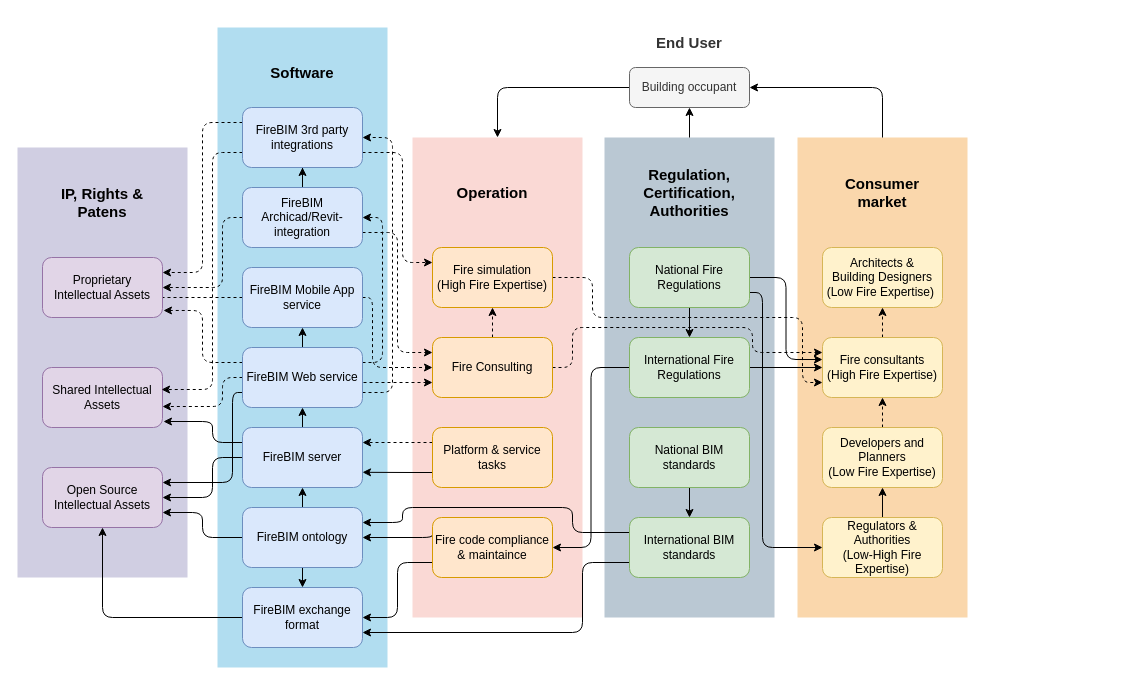
Before: diagram/FireBIM Market Value Chain.drawio in Kristoffernegendahl/fireBIM, a draw.io diagram. Source tidied: cells renumbered, new cells numbered last; positions are measured from the earlier drawing's top-left corner, leaving out a move shared by most shapes. Both pictures are drawn from the tidied source at 100%, with x=0, y=0 at pixel (17, 17).
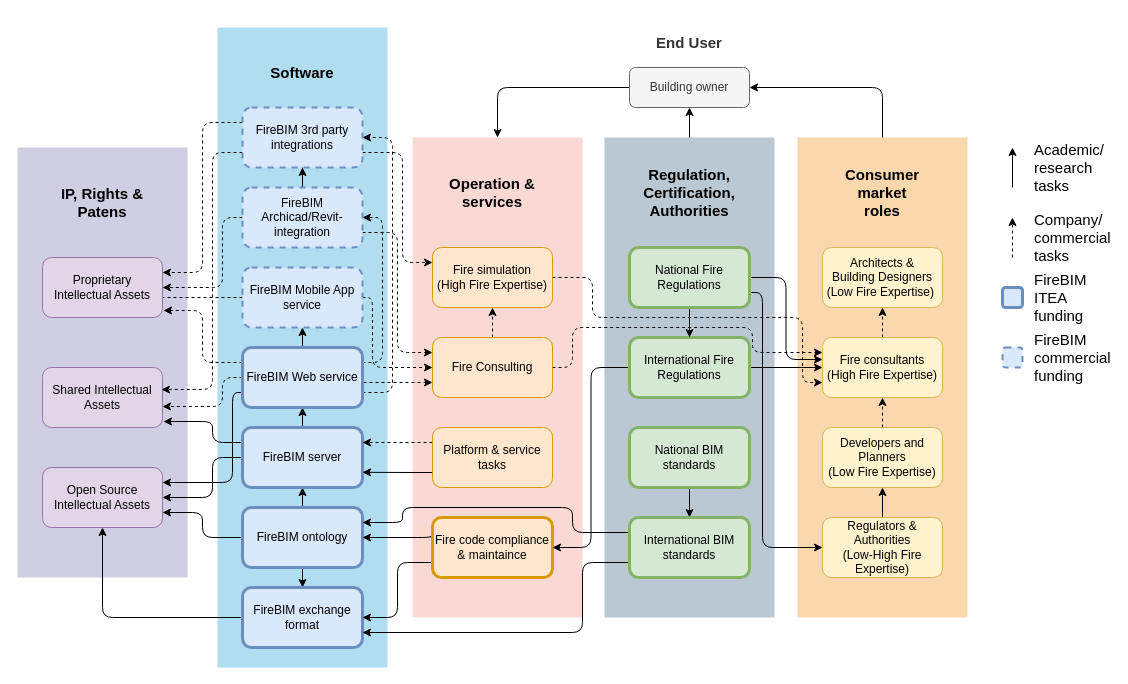
Above is the later version.

What changed in the source:
```diff
@@
-    <mxCell id="11" value="FireBIM ontology" style="rounded=1;whiteSpace=wrap;html=1;fillColor=#dae8fc;strokeColor=#6c8ebf;" parent="1" vertex="1">
+    <mxCell id="11" value="FireBIM ontology" style="rounded=1;whiteSpace=wrap;html=1;fillColor=#dae8fc;strokeColor=#6c8ebf;strokeWidth=3;" parent="1" vertex="1">
       <mxGeometry x="225" y="490" width="120" height="60" as="geometry" />
     </mxCell>
@@
-    <mxCell id="13" value="FireBIM exchange format" style="rounded=1;whiteSpace=wrap;html=1;fillColor=#dae8fc;strokeColor=#6c8ebf;" parent="1" vertex="1">
+    <mxCell id="13" value="FireBIM exchange format" style="rounded=1;whiteSpace=wrap;html=1;fillColor=#dae8fc;strokeColor=#6c8ebf;strokeWidth=3;" parent="1" vertex="1">
       <mxGeometry x="225" y="570" width="120" height="60" as="geometry" />
     </mxCell>
@@
-    <mxCell id="17" value="FireBIM server" style="rounded=1;whiteSpace=wrap;html=1;fillColor=#dae8fc;strokeColor=#6c8ebf;" parent="1" vertex="1">
+    <mxCell id="17" value="FireBIM server" style="rounded=1;whiteSpace=wrap;html=1;fillColor=#dae8fc;strokeColor=#6c8ebf;strokeWidth=3;" parent="1" vertex="1">
       <mxGeometry x="225" y="410" width="120" height="60" as="geometry" />
     </mxCell>
@@
-    <mxCell id="25" value="FireBIM Web service" style="rounded=1;whiteSpace=wrap;html=1;fillColor=#dae8fc;strokeColor=#6c8ebf;" parent="1" vertex="1">
+    <mxCell id="25" value="FireBIM Web service" style="rounded=1;whiteSpace=wrap;html=1;fillColor=#dae8fc;strokeColor=#6c8ebf;strokeWidth=3;" parent="1" vertex="1">
       <mxGeometry x="225" y="330" width="120" height="60" as="geometry" />
     </mxCell>
@@
-    <mxCell id="28" value="FireBIM Mobile App service" style="rounded=1;whiteSpace=wrap;html=1;fillColor=#dae8fc;strokeColor=#6c8ebf;" parent="1" vertex="1">
+    <mxCell id="28" value="FireBIM Mobile App service" style="rounded=1;whiteSpace=wrap;html=1;fillColor=#dae8fc;strokeColor=#6c8ebf;strokeWidth=2;dashed=1;" parent="1" vertex="1">
       <mxGeometry x="225" y="250" width="120" height="60" as="geometry" />
     </mxCell>
@@
-    <mxCell id="32" value="FireBIM Archicad/Revit-integration" style="rounded=1;whiteSpace=wrap;html=1;fillColor=#dae8fc;strokeColor=#6c8ebf;" parent="1" vertex="1">
+    <mxCell id="32" value="FireBIM Archicad/Revit-integration" style="rounded=1;whiteSpace=wrap;html=1;fillColor=#dae8fc;strokeColor=#6c8ebf;strokeWidth=2;dashed=1;" parent="1" vertex="1">
       <mxGeometry x="225" y="170" width="120" height="60" as="geometry" />
     </mxCell>
@@
-    <mxCell id="36" value="FireBIM 3rd party integrations" style="rounded=1;whiteSpace=wrap;html=1;fillColor=#dae8fc;strokeColor=#6c8ebf;" parent="1" vertex="1">
+    <mxCell id="36" value="FireBIM 3rd party integrations" style="rounded=1;whiteSpace=wrap;html=1;fillColor=#dae8fc;strokeColor=#6c8ebf;strokeWidth=2;dashed=1;" parent="1" vertex="1">
       <mxGeometry x="225" y="90" width="120" height="60" as="geometry" />
     </mxCell>
-    <mxCell id="37" value="Operation" style="rounded=1;whiteSpace=wrap;html=1;arcSize=50;fillColor=none;strokeColor=none;fontStyle=1;fontSize=15;" parent="1" vertex="1">
+    <mxCell id="37" value="Operation &amp;amp; services" style="rounded=1;whiteSpace=wrap;html=1;arcSize=50;fillColor=none;strokeColor=none;fontStyle=1;fontSize=15;" parent="1" vertex="1">
       <mxGeometry x="415" y="160" width="120" height="30" as="geometry" />
     </mxCell>
@@
-    <mxCell id="46" value="Fire code compliance &amp;amp; maintaince" style="rounded=1;whiteSpace=wrap;html=1;fillColor=#ffe6cc;strokeColor=#d79b00;" parent="1" vertex="1">
+    <mxCell id="46" value="Fire code compliance &amp;amp; maintaince" style="rounded=1;whiteSpace=wrap;html=1;fillColor=#ffe6cc;strokeColor=#d79b00;strokeWidth=3;" parent="1" vertex="1">
       <mxGeometry x="415" y="500" width="120" height="60" as="geometry" />
     </mxCell>
@@
-    <mxCell id="57" value="International Fire Regulations" style="rounded=1;whiteSpace=wrap;html=1;fillColor=#d5e8d4;strokeColor=#82b366;" parent="1" vertex="1">
+    <mxCell id="57" value="International Fire Regulations" style="rounded=1;whiteSpace=wrap;html=1;fillColor=#d5e8d4;strokeColor=#82b366;strokeWidth=3;" parent="1" vertex="1">
       <mxGeometry x="612" y="320" width="120" height="60" as="geometry" />
     </mxCell>
@@
-    <mxCell id="59" value="National BIM standards" style="rounded=1;whiteSpace=wrap;html=1;fillColor=#d5e8d4;strokeColor=#82b366;" parent="1" vertex="1">
+    <mxCell id="59" value="National BIM standards" style="rounded=1;whiteSpace=wrap;html=1;fillColor=#d5e8d4;strokeColor=#82b366;strokeWidth=3;" parent="1" vertex="1">
       <mxGeometry x="612" y="410" width="120" height="60" as="geometry" />
     </mxCell>
@@
-    <mxCell id="62" value="International BIM standards" style="rounded=1;whiteSpace=wrap;html=1;fillColor=#d5e8d4;strokeColor=#82b366;" parent="1" vertex="1">
+    <mxCell id="62" value="International BIM standards" style="rounded=1;whiteSpace=wrap;html=1;fillColor=#d5e8d4;strokeColor=#82b366;strokeWidth=3;" parent="1" vertex="1">
       <mxGeometry x="612" y="500" width="120" height="60" as="geometry" />
     </mxCell>
@@
-    <mxCell id="66" value="National Fire Regulations" style="rounded=1;whiteSpace=wrap;html=1;fillColor=#d5e8d4;strokeColor=#82b366;" parent="1" vertex="1">
+    <mxCell id="66" value="National Fire Regulations" style="rounded=1;whiteSpace=wrap;html=1;fillColor=#d5e8d4;strokeColor=#82b366;strokeWidth=3;" parent="1" vertex="1">
       <mxGeometry x="612" y="230" width="120" height="60" as="geometry" />
     </mxCell>
@@
-    <mxCell id="68" value="Consumer market" style="rounded=1;whiteSpace=wrap;html=1;arcSize=50;fillColor=none;strokeColor=none;fontStyle=1;fontSize=15;" parent="1" vertex="1">
+    <mxCell id="68" value="Consumer market&lt;br&gt;roles" style="rounded=1;whiteSpace=wrap;html=1;arcSize=50;fillColor=none;strokeColor=none;fontStyle=1;fontSize=15;" parent="1" vertex="1">
       <mxGeometry x="805" y="150" width="120" height="50" as="geometry" />
     </mxCell>
@@
-    <mxCell id="78" value="Building occupant" style="rounded=1;whiteSpace=wrap;html=1;fillColor=#f5f5f5;strokeColor=#666666;fontColor=#333333;" parent="1" vertex="1">
+    <mxCell id="78" value="Building owner" style="rounded=1;whiteSpace=wrap;html=1;fillColor=#f5f5f5;strokeColor=#666666;fontColor=#333333;" parent="1" vertex="1">
       <mxGeometry x="612" y="50" width="120" height="40" as="geometry" />
     </mxCell>
@@
+    <mxCell id="80" style="endArrow=classic;html=1;fontSize=15;" parent="1" edge="1">
+      <mxGeometry relative="1" as="geometry">
+        <mxPoint x="995" y="170" as="sourcePoint" />
+        <mxPoint x="995" y="130" as="targetPoint" />
+      </mxGeometry>
+    </mxCell>
+    <mxCell id="81" value="Academic/&lt;br&gt;research tasks" style="text;html=1;strokeColor=none;fillColor=none;align=left;verticalAlign=middle;whiteSpace=wrap;rounded=0;dashed=1;fontSize=15;" parent="1" vertex="1">
+      <mxGeometry x="1015" y="140" width="40" height="20" as="geometry" />
+    </mxCell>
+    <mxCell id="82" style="endArrow=classic;html=1;fontSize=15;dashed=1;" parent="1" edge="1">
+      <mxGeometry relative="1" as="geometry">
+        <mxPoint x="995" y="240" as="sourcePoint" />
+        <mxPoint x="995" y="200" as="targetPoint" />
+      </mxGeometry>
+    </mxCell>
+    <mxCell id="83" value="Company/&lt;br&gt;commercial&lt;br&gt;tasks" style="text;html=1;strokeColor=none;fillColor=none;align=left;verticalAlign=middle;whiteSpace=wrap;rounded=0;dashed=1;fontSize=15;" parent="1" vertex="1">
+      <mxGeometry x="1015" y="210" width="40" height="20" as="geometry" />
+    </mxCell>
+    <mxCell id="84" style="rounded=1;whiteSpace=wrap;html=1;fillColor=#dae8fc;strokeColor=#6c8ebf;strokeWidth=3;" parent="1" vertex="1">
+      <mxGeometry x="985" y="270" width="20" height="20" as="geometry" />
+    </mxCell>
+    <mxCell id="85" value="FireBIM ITEA funding" style="text;html=1;strokeColor=none;fillColor=none;align=left;verticalAlign=middle;whiteSpace=wrap;rounded=0;dashed=1;fontSize=15;" parent="1" vertex="1">
+      <mxGeometry x="1015" y="270" width="40" height="20" as="geometry" />
+    </mxCell>
+    <mxCell id="86" style="rounded=1;whiteSpace=wrap;html=1;fillColor=#dae8fc;strokeColor=#6c8ebf;strokeWidth=2;dashed=1;" parent="1" vertex="1">
+      <mxGeometry x="985" y="330" width="20" height="20" as="geometry" />
+    </mxCell>
+    <mxCell id="87" value="FireBIM commercial funding" style="text;html=1;strokeColor=none;fillColor=none;align=left;verticalAlign=middle;whiteSpace=wrap;rounded=0;dashed=1;fontSize=15;" parent="1" vertex="1">
+      <mxGeometry x="1015" y="330" width="40" height="20" as="geometry" />
+    </mxCell>
```
